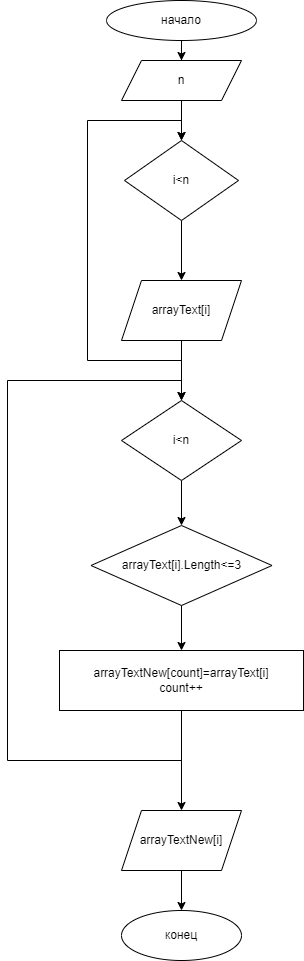
Natalyshkaya/- keeps this draw.io diagram as блок-схема картинка.png. Above is the earlier version. Source tidied: cells renumbered, new cells last; positions are measured from the earlier drawing's top-left corner, leaving out a move shared by most shapes. The source it was exported from:
```xml
<mxGraphModel>
  <root>
    <mxCell id="0" />
    <mxCell id="1" parent="0" />
    <mxCell id="2" style="edgeStyle=orthogonalEdgeStyle;rounded=0;jettySize=auto;html=1;" parent="1" edge="1" source="3" target="5">
      <mxGeometry relative="1" as="geometry" />
    </mxCell>
    <mxCell id="3" value="начало" style="ellipse;whiteSpace=wrap;html=1;" parent="1" vertex="1">
      <mxGeometry x="99" width="150" height="40" as="geometry" />
    </mxCell>
    <mxCell id="4" style="edgeStyle=orthogonalEdgeStyle;rounded=0;jettySize=auto;html=1;" parent="1" edge="1" source="5" target="7">
      <mxGeometry relative="1" as="geometry" />
    </mxCell>
    <mxCell id="5" value="n" style="shape=parallelogram;perimeter=parallelogramPerimeter;whiteSpace=wrap;html=1;fixedSize=1;" parent="1" vertex="1">
      <mxGeometry x="114" y="60" width="120" height="40" as="geometry" />
    </mxCell>
    <mxCell id="6" style="edgeStyle=orthogonalEdgeStyle;rounded=0;jettySize=auto;html=1;" parent="1" edge="1" source="7" target="9">
      <mxGeometry relative="1" as="geometry" />
    </mxCell>
    <mxCell id="7" value="i&amp;lt;n" style="rhombus;whiteSpace=wrap;html=1;" parent="1" vertex="1">
      <mxGeometry x="117" y="140" width="114" height="80" as="geometry" />
    </mxCell>
    <mxCell id="8" style="edgeStyle=orthogonalEdgeStyle;rounded=0;jettySize=auto;html=1;" parent="1" edge="1" source="9" target="15">
      <mxGeometry relative="1" as="geometry" />
    </mxCell>
    <mxCell id="9" value="arrayText[i]" style="shape=parallelogram;perimeter=parallelogramPerimeter;whiteSpace=wrap;html=1;fixedSize=1;" parent="1" vertex="1">
      <mxGeometry x="114" y="280" width="120" height="60" as="geometry" />
    </mxCell>
    <mxCell id="10" style="endArrow=classic;html=1;rounded=0;exitX=0.5;exitY=1;exitDx=0;exitDy=0;entryX=0.5;entryY=0;entryDx=0;entryDy=0;" parent="1" edge="1" source="9" target="7">
      <mxGeometry relative="1" as="geometry">
        <Array as="points">
          <mxPoint x="174" y="360" />
          <mxPoint x="80" y="360" />
          <mxPoint x="80" y="120" />
          <mxPoint x="174" y="120" />
        </Array>
      </mxGeometry>
    </mxCell>
    <mxCell id="11" style="edgeStyle=orthogonalEdgeStyle;rounded=0;jettySize=auto;html=1;" parent="1" edge="1" source="12" target="13">
      <mxGeometry relative="1" as="geometry" />
    </mxCell>
    <mxCell id="12" value="arrayTextNew[i]" style="shape=parallelogram;perimeter=parallelogramPerimeter;whiteSpace=wrap;html=1;fixedSize=1;" parent="1" vertex="1">
      <mxGeometry x="114" y="810" width="120" height="60" as="geometry" />
    </mxCell>
    <mxCell id="13" value="конец" style="ellipse;whiteSpace=wrap;html=1;" parent="1" vertex="1">
      <mxGeometry x="114" y="910" width="120" height="50" as="geometry" />
    </mxCell>
    <mxCell id="14" style="edgeStyle=orthogonalEdgeStyle;rounded=0;jettySize=auto;html=1;" parent="1" edge="1" source="15" target="17">
      <mxGeometry relative="1" as="geometry" />
    </mxCell>
    <mxCell id="15" value="i&amp;lt;n" style="rhombus;whiteSpace=wrap;html=1;" parent="1" vertex="1">
      <mxGeometry x="114" y="400" width="120" height="80" as="geometry" />
    </mxCell>
    <mxCell id="16" style="edgeStyle=orthogonalEdgeStyle;rounded=0;jettySize=auto;html=1;" parent="1" edge="1" source="17" target="18">
      <mxGeometry relative="1" as="geometry" />
    </mxCell>
    <mxCell id="17" value="arrayText[i].Length&amp;lt;=3" style="rhombus;whiteSpace=wrap;html=1;" parent="1" vertex="1">
      <mxGeometry x="83.5" y="525" width="181" height="80" as="geometry" />
    </mxCell>
    <mxCell id="18" value="arrayTextNew[count]=arrayText[i]&lt;br&gt;count++" style="whiteSpace=wrap;html=1;" parent="1" vertex="1">
      <mxGeometry x="52" y="650" width="244" height="60" as="geometry" />
    </mxCell>
    <mxCell id="19" style="endArrow=classic;html=1;rounded=0;entryX=0.5;entryY=0;entryDx=0;entryDy=0;exitX=0.5;exitY=1;exitDx=0;exitDy=0;" parent="1" edge="1" source="18" target="15">
      <mxGeometry relative="1" as="geometry">
        <Array as="points">
          <mxPoint x="174" y="760" />
          <mxPoint y="760" />
          <mxPoint y="380" />
          <mxPoint x="174" y="380" />
        </Array>
      </mxGeometry>
    </mxCell>
    <mxCell id="20" style="endArrow=classic;html=1;rounded=0;entryX=0.5;entryY=0;entryDx=0;entryDy=0;exitX=0.5;exitY=1;exitDx=0;exitDy=0;" parent="1" edge="1" source="18" target="12">
      <mxGeometry relative="1" as="geometry" />
    </mxCell>
  </root>
</mxGraphModel>
```
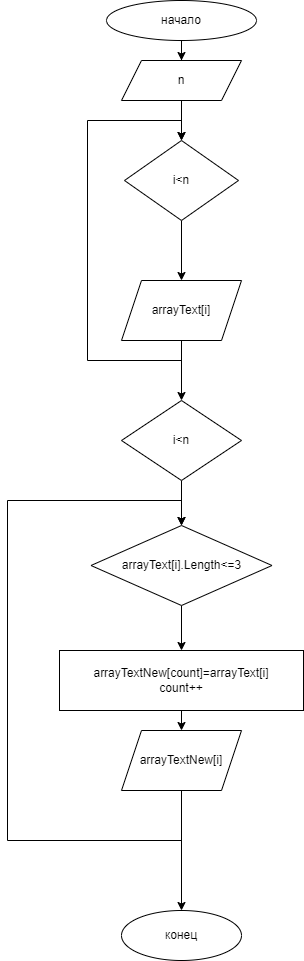
The same diagram one commit later.

Commit message:
скорректирована блок-схема

What changed in the source:
```diff
@@ -36,11 +36,8 @@
         </Array>
       </mxGeometry>
     </mxCell>
-    <mxCell id="11" style="edgeStyle=orthogonalEdgeStyle;rounded=0;jettySize=auto;html=1;" parent="1" edge="1" source="12" target="13">
-      <mxGeometry relative="1" as="geometry" />
-    </mxCell>
     <mxCell id="12" value="arrayTextNew[i]" style="shape=parallelogram;perimeter=parallelogramPerimeter;whiteSpace=wrap;html=1;fixedSize=1;" parent="1" vertex="1">
-      <mxGeometry x="114" y="810" width="120" height="60" as="geometry" />
+      <mxGeometry x="114" y="730" width="120" height="60" as="geometry" />
     </mxCell>
     <mxCell id="13" value="конец" style="ellipse;whiteSpace=wrap;html=1;" parent="1" vertex="1">
       <mxGeometry x="114" y="910" width="120" height="50" as="geometry" />
@@ -60,18 +57,21 @@
     <mxCell id="18" value="arrayTextNew[count]=arrayText[i]&lt;br&gt;count++" style="whiteSpace=wrap;html=1;" parent="1" vertex="1">
       <mxGeometry x="52" y="650" width="244" height="60" as="geometry" />
     </mxCell>
-    <mxCell id="19" style="endArrow=classic;html=1;rounded=0;entryX=0.5;entryY=0;entryDx=0;entryDy=0;exitX=0.5;exitY=1;exitDx=0;exitDy=0;" parent="1" edge="1" source="18" target="15">
-      <mxGeometry relative="1" as="geometry">
-        <Array as="points">
-          <mxPoint x="174" y="760" />
-          <mxPoint y="760" />
-          <mxPoint y="380" />
-          <mxPoint x="174" y="380" />
-        </Array>
-      </mxGeometry>
-    </mxCell>
     <mxCell id="20" style="endArrow=classic;html=1;rounded=0;entryX=0.5;entryY=0;entryDx=0;entryDy=0;exitX=0.5;exitY=1;exitDx=0;exitDy=0;" parent="1" edge="1" source="18" target="12">
       <mxGeometry relative="1" as="geometry" />
     </mxCell>
+    <mxCell id="11" style="endArrow=classic;html=1;rounded=0;entryX=0.5;entryY=0;entryDx=0;entryDy=0;exitX=0.5;exitY=1;exitDx=0;exitDy=0;" parent="1" edge="1" source="12" target="13">
+      <mxGeometry relative="1" as="geometry" />
+    </mxCell>
+    <mxCell id="21" style="endArrow=classic;html=1;rounded=0;entryX=0.5;entryY=0;entryDx=0;entryDy=0;exitX=0.5;exitY=1;exitDx=0;exitDy=0;" parent="1" edge="1" source="12" target="17">
+      <mxGeometry relative="1" as="geometry">
+        <Array as="points">
+          <mxPoint x="174" y="840" />
+          <mxPoint y="840" />
+          <mxPoint y="500" />
+          <mxPoint x="174" y="500" />
+        </Array>
+      </mxGeometry>
+    </mxCell>
   </root>
 </mxGraphModel>
```
